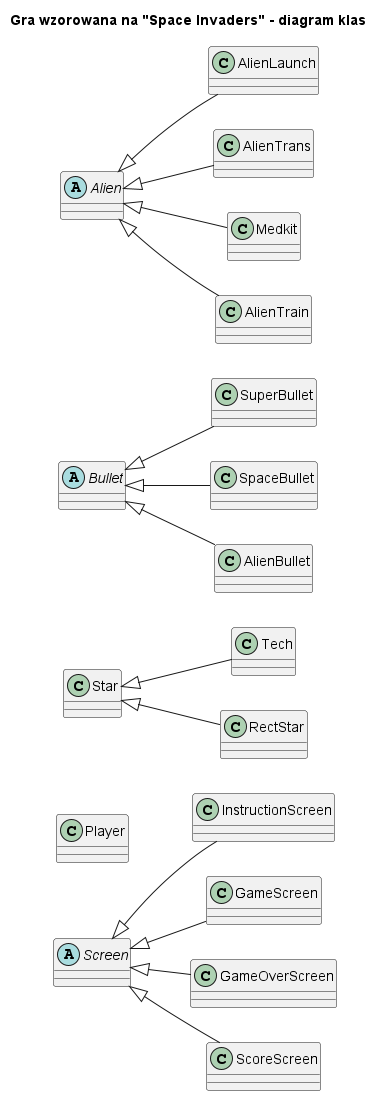
Before: Writerside/images/ClassDiagram.png, a diagram exported from PlantUML (MichalWalusPOLSL/test).
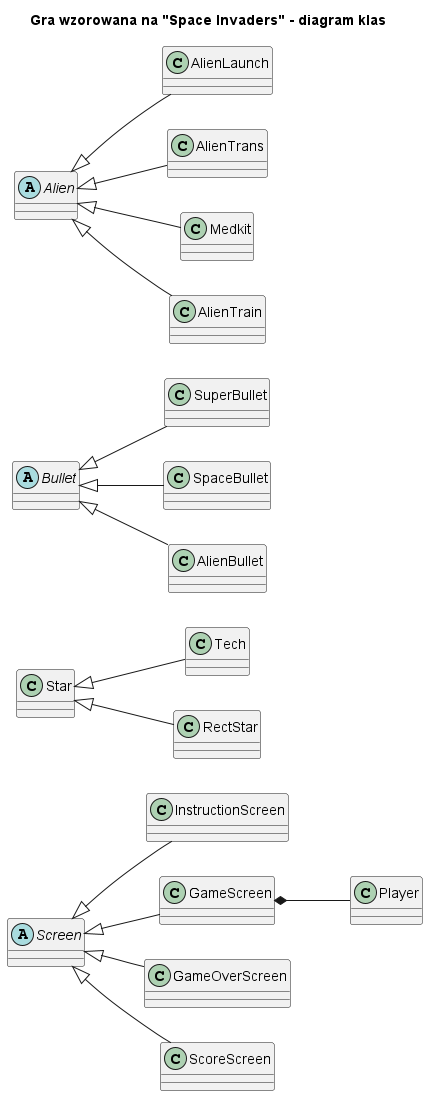
After the commit.

Commit message:
aktualizacja diagramu klas

Diff of the diagram source:
```diff
@@ -15,6 +15,7 @@
 Screen <|-- ScoreScreen
 
 class Player
+GameScreen *-- Player
 
 class Star
 class Tech
```
